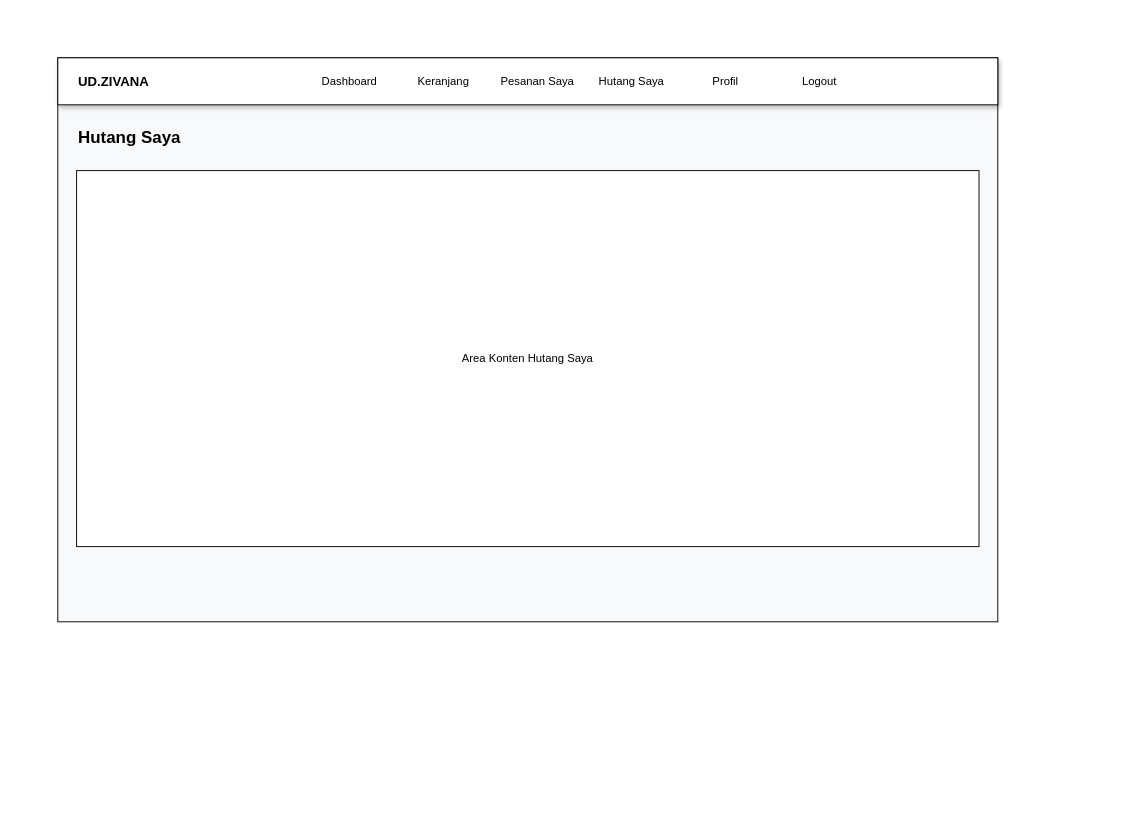
Before: diagram/desain/customer/hutang_saya.drawio in RajaSunrise/ud_zivana, a draw.io diagram. Source tidied: cells renumbered, new cells numbered last; positions are measured from the earlier drawing's top-left corner, leaving out a move shared by most shapes. Both pictures are drawn from the tidied source at 94%, with x=0, y=0 at pixel (57, 57).
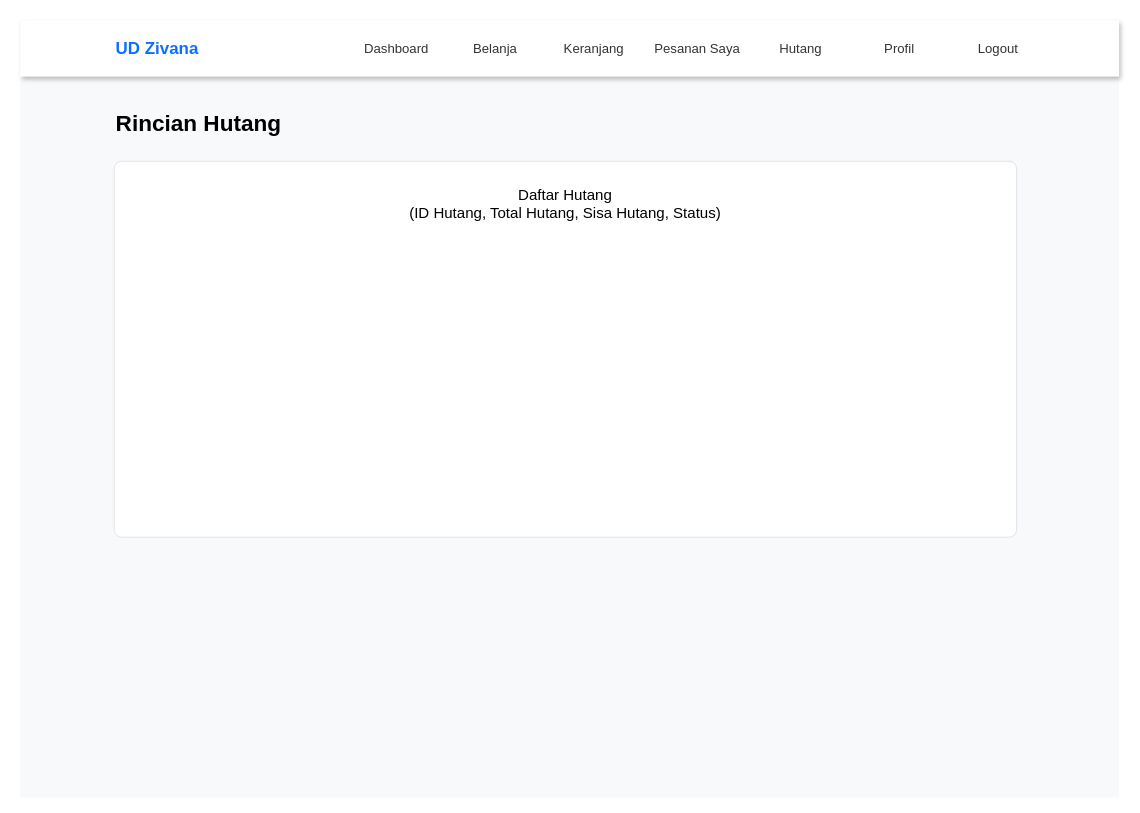
Above is the later version.

What changed in the source:
```diff
@@
 <mxGraphModel>
   <root>
     <mxCell id="0" />
     <mxCell id="1" parent="0" />
-    <mxCell id="2" style="rounded=0;whiteSpace=wrap;html=1;fillColor=#f8f9fa;" parent="1" vertex="1">
-      <mxGeometry width="1000" height="600" as="geometry" />
+    <mxCell id="2" style="rounded=0;whiteSpace=wrap;html=1;fillColor=#f8f9fa;strokeColor=none;" parent="1" vertex="1">
+      <mxGeometry x="-40" y="-40" width="1169" height="827" as="geometry" />
     </mxCell>
-    <mxCell id="3" style="rounded=0;whiteSpace=wrap;html=1;fillColor=#ffffff;shadow=1;" parent="1" vertex="1">
-      <mxGeometry width="1000" height="50" as="geometry" />
-    </mxCell>
+    <mxCell id="13" style="rounded=0;whiteSpace=wrap;html=1;fillColor=#ffffff;shadow=1;strokeColor=none;" parent="1" vertex="1">
+      <mxGeometry x="-40" y="-40" width="1169" height="60" as="geometry" />
+    </mxCell>
-    <mxCell id="4" value="UD.ZIVANA" style="text;html=1;strokeColor=none;fillColor=none;align=left;verticalAlign=middle;fontStyle=1;fontSize=14;" parent="1" vertex="1">
-      <mxGeometry x="20" width="200" height="50" as="geometry" />
+    <mxCell id="4" value="UD Zivana" style="text;html=1;strokeColor=none;fillColor=none;align=left;verticalAlign=middle;fontStyle=1;fontSize=18;fontColor=#0d6efd;" parent="1" vertex="1">
+      <mxGeometry x="60" y="-30" width="200" height="40" as="geometry" />
     </mxCell>
-    <mxCell id="5" value="Dashboard" style="text;html=1;strokeColor=none;fillColor=none;align=center;verticalAlign=middle;" parent="1" vertex="1">
-      <mxGeometry x="260" width="100" height="50" as="geometry" />
+    <mxCell id="5" value="Dashboard" style="text;html=1;strokeColor=none;fillColor=none;align=center;verticalAlign=middle;fontSize=14;fontColor=#333333;" parent="1" vertex="1">
+      <mxGeometry x="310" y="-30" width="100" height="40" as="geometry" />
     </mxCell>
-    <mxCell id="6" value="Keranjang" style="text;html=1;strokeColor=none;fillColor=none;align=center;verticalAlign=middle;" parent="1" vertex="1">
-      <mxGeometry x="360" width="100" height="50" as="geometry" />
+    <mxCell id="6" value="Belanja" style="text;html=1;strokeColor=none;fillColor=none;align=center;verticalAlign=middle;fontSize=14;fontColor=#333333;" parent="1" vertex="1">
+      <mxGeometry x="415" y="-30" width="100" height="40" as="geometry" />
     </mxCell>
-    <mxCell id="7" value="Pesanan Saya" style="text;html=1;strokeColor=none;fillColor=none;align=center;verticalAlign=middle;" parent="1" vertex="1">
-      <mxGeometry x="460" width="100" height="50" as="geometry" />
+    <mxCell id="7" value="Keranjang" style="text;html=1;strokeColor=none;fillColor=none;align=center;verticalAlign=middle;fontSize=14;fontColor=#333333;" parent="1" vertex="1">
+      <mxGeometry x="520" y="-30" width="100" height="40" as="geometry" />
     </mxCell>
-    <mxCell id="8" value="Hutang Saya" style="text;html=1;strokeColor=none;fillColor=none;align=center;verticalAlign=middle;" parent="1" vertex="1">
-      <mxGeometry x="560" width="100" height="50" as="geometry" />
+    <mxCell id="8" value="Pesanan Saya" style="text;html=1;strokeColor=none;fillColor=none;align=center;verticalAlign=middle;fontSize=14;fontColor=#333333;" parent="1" vertex="1">
+      <mxGeometry x="625" y="-30" width="110" height="40" as="geometry" />
     </mxCell>
-    <mxCell id="9" value="Profil" style="text;html=1;strokeColor=none;fillColor=none;align=center;verticalAlign=middle;" parent="1" vertex="1">
-      <mxGeometry x="660" width="100" height="50" as="geometry" />
+    <mxCell id="9" value="Hutang" style="text;html=1;strokeColor=none;fillColor=none;align=center;verticalAlign=middle;fontSize=14;fontColor=#333333;" parent="1" vertex="1">
+      <mxGeometry x="740" y="-30" width="100" height="40" as="geometry" />
     </mxCell>
-    <mxCell id="10" value="Logout" style="text;html=1;strokeColor=none;fillColor=none;align=center;verticalAlign=middle;" parent="1" vertex="1">
-      <mxGeometry x="760" width="100" height="50" as="geometry" />
+    <mxCell id="10" value="Profil" style="text;html=1;strokeColor=none;fillColor=none;align=center;verticalAlign=middle;fontSize=14;fontColor=#333333;" parent="1" vertex="1">
+      <mxGeometry x="845" y="-30" width="100" height="40" as="geometry" />
     </mxCell>
+    <mxCell id="14" value="Logout" style="text;html=1;strokeColor=none;fillColor=none;align=center;verticalAlign=middle;fontSize=14;fontColor=#333333;" parent="1" vertex="1">
+      <mxGeometry x="950" y="-30" width="100" height="40" as="geometry" />
+    </mxCell>
-    <mxCell id="11" value="Hutang Saya" style="text;html=1;strokeColor=none;fillColor=none;align=left;verticalAlign=middle;fontSize=18;fontStyle=1;" parent="1" vertex="1">
-      <mxGeometry x="20" y="70" width="300" height="30" as="geometry" />
+    <mxCell id="11" value="Rincian Hutang" style="text;html=1;strokeColor=none;fillColor=none;align=left;verticalAlign=middle;fontSize=24;fontStyle=1;" parent="1" vertex="1">
+      <mxGeometry x="60" y="50" width="300" height="40" as="geometry" />
     </mxCell>
-    <mxCell id="12" value="Area Konten Hutang Saya" style="rounded=0;whiteSpace=wrap;html=1;align=center;verticalAlign=middle;" parent="1" vertex="1">
-      <mxGeometry x="20" y="120" width="960" height="400" as="geometry" />
-    </mxCell>
+    <mxCell id="15" value="Daftar Hutang&#10;(ID Hutang, Total Hutang, Sisa Hutang, Status)" style="rounded=1;arcSize=2;whiteSpace=wrap;html=1;fillColor=#ffffff;strokeColor=#dee2e6;align=center;verticalAlign=top;spacingTop=20;fontSize=16;" parent="1" vertex="1">
+      <mxGeometry x="60" y="110" width="960" height="400" as="geometry" />
+    </mxCell>
   </root>
 </mxGraphModel>
```
